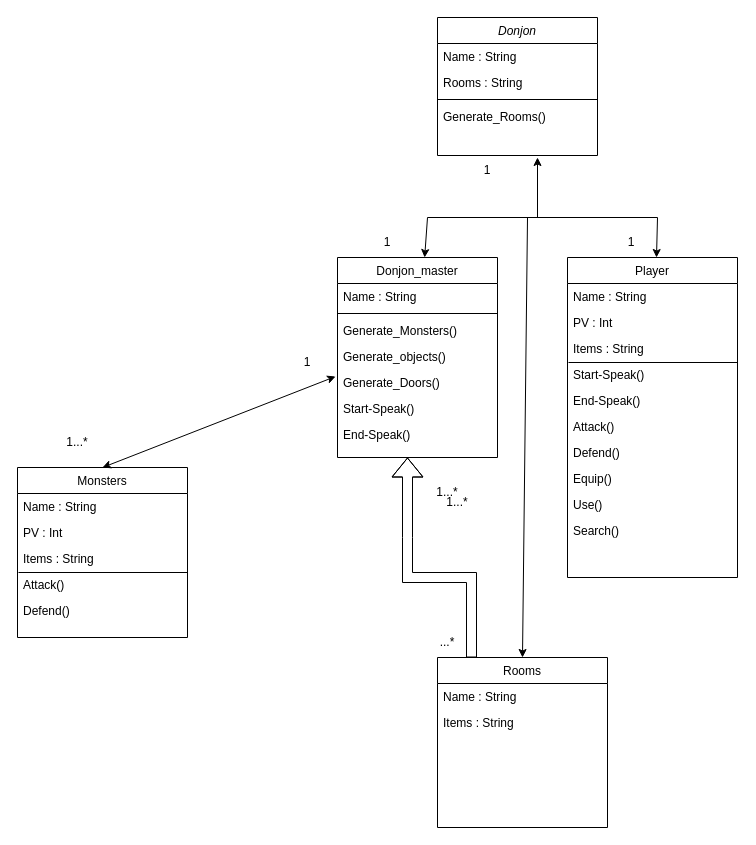
Above: Diagramme de classe.drawio in Longuevville/DonjonQuest (draw.io), before the change. Source tidied: cells renumbered, new cells numbered last; positions are measured from the earlier drawing's top-left corner, leaving out a move shared by most shapes. Both pictures are drawn from the tidied source at 100%, with x=0, y=0 at pixel (17, 17).
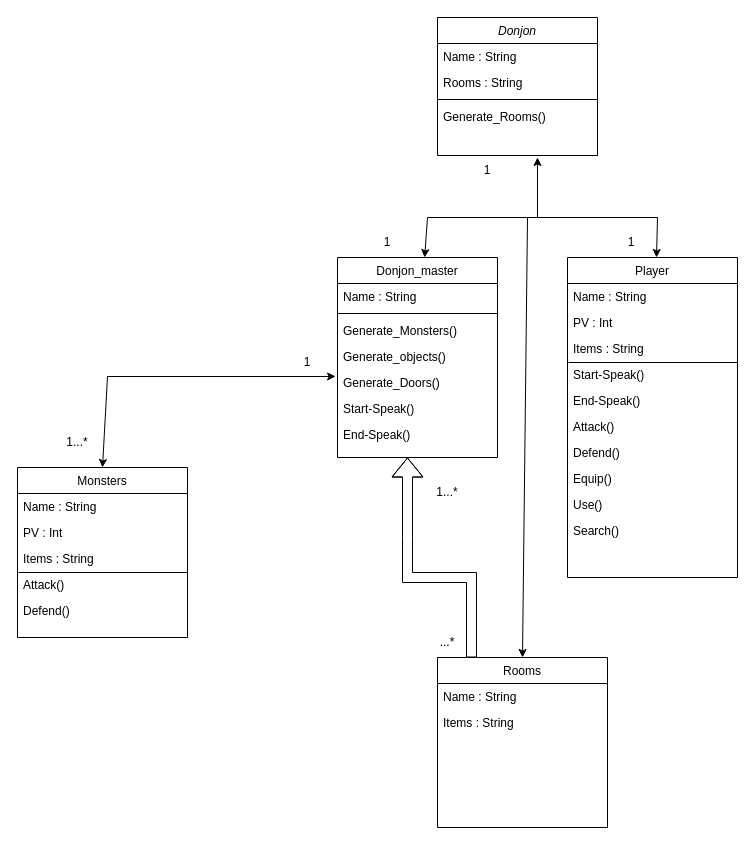
The same page after the edit.

Commit message:
Mettre à jour Diagramme de classe.drawio

The change refers to these unchanged cells:
```xml
<mxCell id="12" value="Generate_Doors()" style="text;align=left;verticalAlign=top;spacingLeft=4;spacingRight=4;overflow=hidden;points=[[0,0.5],[1,0.5]];portConstraint=eastwest;" parent="7" vertex="1">
  <mxGeometry y="112" width="160" height="26" as="geometry" />
</mxCell>
<mxCell id="30" value="Monsters" style="swimlane;fontStyle=0;align=center;verticalAlign=top;horizontal=1;startSize=26;rounded=0;shadow=0;strokeWidth=1;" parent="1" vertex="1">
  <mxGeometry y="450" width="170" height="170" as="geometry" />
</mxCell>
```

Diff of the diagram source:
```diff
@@
     <mxCell id="37" style="endArrow=classic;startArrow=classic;html=1;rounded=0;exitX=0.5;exitY=0;exitDx=0;exitDy=0;entryX=-0.012;entryY=0.269;entryDx=0;entryDy=0;entryPerimeter=0;" parent="1" edge="1" source="30" target="12">
-      <mxGeometry relative="1" as="geometry" />
+      <mxGeometry relative="1" as="geometry">
+        <Array as="points">
+          <mxPoint x="90" y="359" />
+        </Array>
+      </mxGeometry>
     </mxCell>
@@
-    <mxCell id="50" value="1...*" style="text;html=1;strokeColor=none;fillColor=none;align=center;verticalAlign=middle;whiteSpace=wrap;rounded=0;" parent="1" vertex="1">
-      <mxGeometry x="410" y="470" width="60" height="30" as="geometry" />
-    </mxCell>
```
